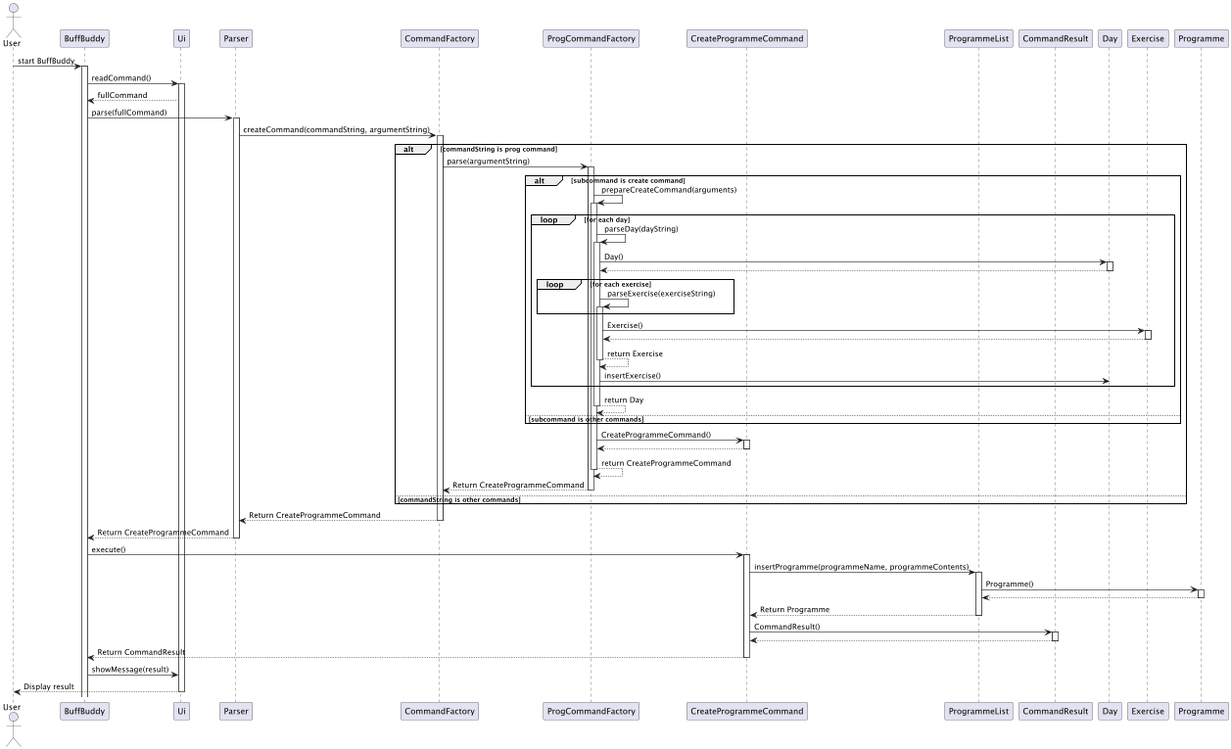
Earlier version of the PlantUML export docs/images/createProgramme.png (nus-cs2113-AY2425S1/tp). Its diagram source:
```plantuml
@startuml

actor User as user
participant BuffBuddy
participant Ui
participant Parser
participant CommandFactory
participant ProgCommandFactory
participant CreateProgrammeCommand
participant ProgrammeList
participant CommandResult


user -> BuffBuddy: start BuffBuddy
activate BuffBuddy

BuffBuddy -> Ui: readCommand()
activate Ui

Ui --> BuffBuddy: fullCommand


BuffBuddy -> Parser: parse(fullCommand)
activate Parser

Parser -> CommandFactory: createCommand(commandString, argumentString)
activate CommandFactory

alt commandString is prog command
    CommandFactory -> ProgCommandFactory: parse(argumentString)
    activate ProgCommandFactory

    alt subcommand is create command
        ProgCommandFactory -> ProgCommandFactory: prepareCreateCommand(arguments)
        activate ProgCommandFactory


        loop for each day
            ProgCommandFactory -> ProgCommandFactory: parseDay(dayString)
            activate ProgCommandFactory

            ProgCommandFactory -> Day: Day()
            activate Day

            Day --> ProgCommandFactory
            deactivate Day


            loop for each exercise
                ProgCommandFactory -> ProgCommandFactory: parseExercise(exerciseString)
                activate ProgCommandFactory
            end

            ProgCommandFactory -> Exercise: Exercise()
            activate Exercise

            Exercise --> ProgCommandFactory
            deactivate Exercise

           return return Exercise

           ProgCommandFactory -> Day: insertExercise()

        end
        return return Day

    else subcommand is other commands
    end

    ProgCommandFactory -> CreateProgrammeCommand: CreateProgrammeCommand()
    activate CreateProgrammeCommand

    CreateProgrammeCommand --> ProgCommandFactory
    deactivate CreateProgrammeCommand

    return return CreateProgrammeCommand

    ProgCommandFactory --> CommandFactory: Return CreateProgrammeCommand
    deactivate ProgCommandFactory


else commandString is other commands
end
CommandFactory --> Parser: Return CreateProgrammeCommand
deactivate CommandFactory


Parser --> BuffBuddy: Return CreateProgrammeCommand
deactivate Parser

BuffBuddy -> CreateProgrammeCommand: execute()
activate CreateProgrammeCommand

CreateProgrammeCommand -> ProgrammeList: insertProgramme(programmeName, programmeContents)
activate ProgrammeList

ProgrammeList -> Programme: Programme()
activate Programme

Programme --> ProgrammeList:
deactivate Programme

ProgrammeList --> CreateProgrammeCommand: Return Programme
deactivate ProgrammeList

CreateProgrammeCommand -> CommandResult: CommandResult()

activate CommandResult

CommandResult --> CreateProgrammeCommand
deactivate CommandResult

CreateProgrammeCommand --> BuffBuddy: Return CommandResult
deactivate CreateProgrammeCommand


BuffBuddy -> Ui: showMessage(result)
Ui --> user: Display result
deactivate Ui

@enduml
```
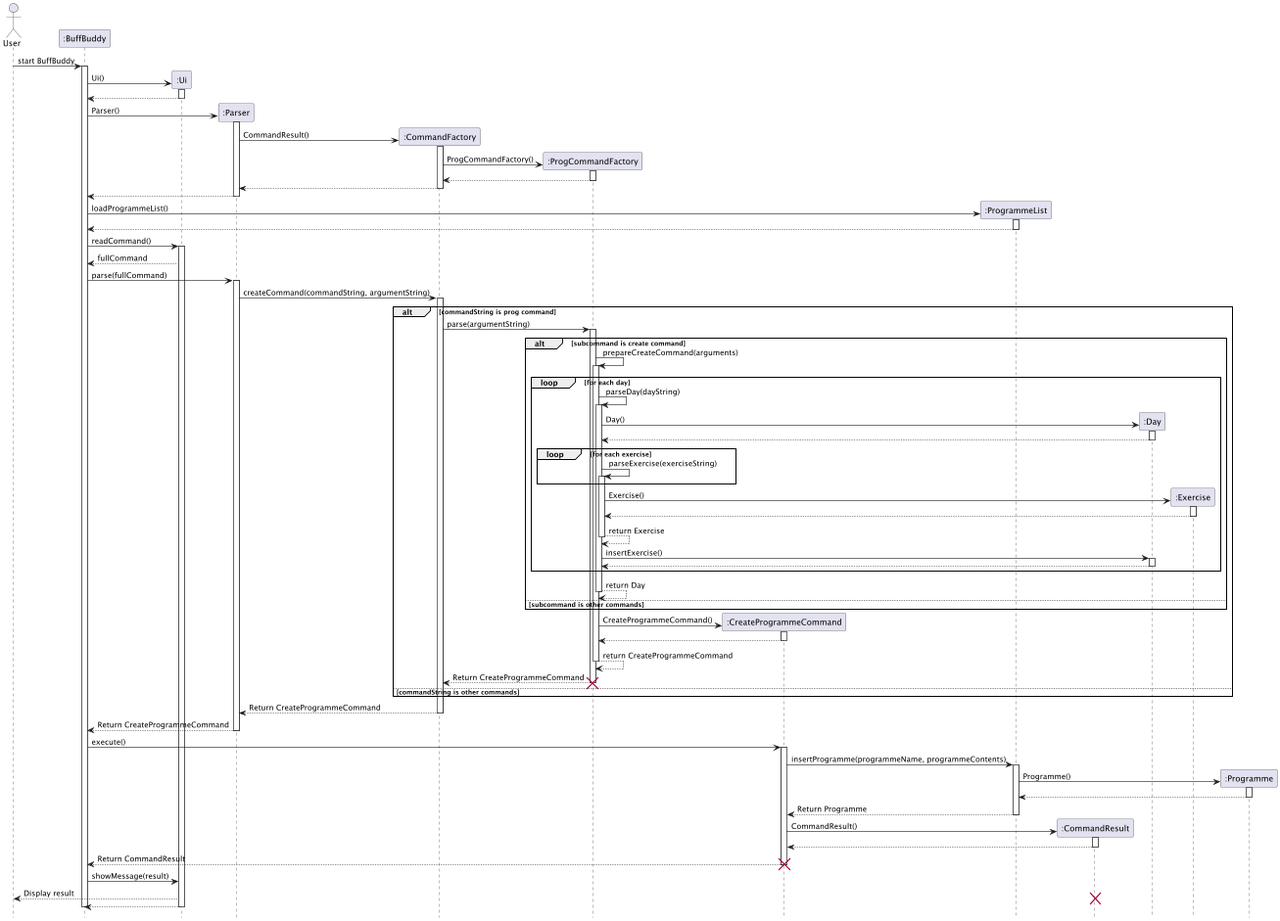
The same file after the commit.

Change to the diagram source:
```diff
@@ -1,18 +1,55 @@
 @startuml
 
+hide footbox
+
 actor User as user
-participant BuffBuddy
-participant Ui
-participant Parser
-participant CommandFactory
-participant ProgCommandFactory
-participant CreateProgrammeCommand
-participant ProgrammeList
-participant CommandResult
+participant ":BuffBuddy" as BuffBuddy
+participant ":Ui" as Ui
+participant ":Parser" as Parser
+participant ":CommandFactory" as CommandFactory
+participant ":ProgCommandFactory" as ProgCommandFactory
+participant ":CreateProgrammeCommand" as CreateProgrammeCommand
+participant ":ProgrammeList" as ProgrammeList
+participant ":CommandResult" as CommandResult
 
 
 user -> BuffBuddy: start BuffBuddy
 activate BuffBuddy
+
+create Ui
+BuffBuddy -> Ui: Ui()
+activate Ui
+
+Ui --> BuffBuddy
+deactivate Ui
+
+create Parser
+BuffBuddy -> Parser: Parser()
+activate Parser
+
+create CommandFactory
+Parser -> CommandFactory: CommandResult()
+activate CommandFactory
+
+create ProgCommandFactory
+CommandFactory -> ProgCommandFactory: ProgCommandFactory()
+activate ProgCommandFactory
+
+ProgCommandFactory --> CommandFactory
+deactivate ProgCommandFactory
+
+CommandFactory --> Parser
+deactivate CommandFactory
+
+Parser --> BuffBuddy
+deactivate Parser
+
+create ProgrammeList
+BuffBuddy -> ProgrammeList: loadProgrammeList()
+activate ProgrammeList
+
+ProgrammeList --> BuffBuddy
+deactivate ProgrammeList
 
 BuffBuddy -> Ui: readCommand()
 activate Ui
@@ -39,6 +76,7 @@
             ProgCommandFactory -> ProgCommandFactory: parseDay(dayString)
             activate ProgCommandFactory
 
+            create ":Day" as Day
             ProgCommandFactory -> Day: Day()
             activate Day
 
@@ -51,6 +89,7 @@
                 activate ProgCommandFactory
             end
 
+            create ":Exercise" as Exercise
             ProgCommandFactory -> Exercise: Exercise()
             activate Exercise
 
@@ -60,6 +99,10 @@
            return return Exercise
 
            ProgCommandFactory -> Day: insertExercise()
+           activate Day
+
+           Day --> ProgCommandFactory
+           deactivate Day
 
         end
         return return Day
@@ -67,6 +110,7 @@
     else subcommand is other commands
     end
 
+    create  CreateProgrammeCommand
     ProgCommandFactory -> CreateProgrammeCommand: CreateProgrammeCommand()
     activate CreateProgrammeCommand
 
@@ -77,6 +121,7 @@
 
     ProgCommandFactory --> CommandFactory: Return CreateProgrammeCommand
     deactivate ProgCommandFactory
+    destroy ProgCommandFactory
 
 
 else commandString is other commands
@@ -94,6 +139,7 @@
 CreateProgrammeCommand -> ProgrammeList: insertProgramme(programmeName, programmeContents)
 activate ProgrammeList
 
+create ":Programme" as Programme
 ProgrammeList -> Programme: Programme()
 activate Programme
 
@@ -103,6 +149,7 @@
 ProgrammeList --> CreateProgrammeCommand: Return Programme
 deactivate ProgrammeList
 
+create CommandResult
 CreateProgrammeCommand -> CommandResult: CommandResult()
 
 activate CommandResult
@@ -112,10 +159,18 @@
 
 CreateProgrammeCommand --> BuffBuddy: Return CommandResult
 deactivate CreateProgrammeCommand
+destroy CreateProgrammeCommand
 
 
 BuffBuddy -> Ui: showMessage(result)
+
+
 Ui --> user: Display result
+destroy CommandResult
+
+Ui --> BuffBuddy
+deactivate BuffBuddy
+
 deactivate Ui
 
 @enduml
```
